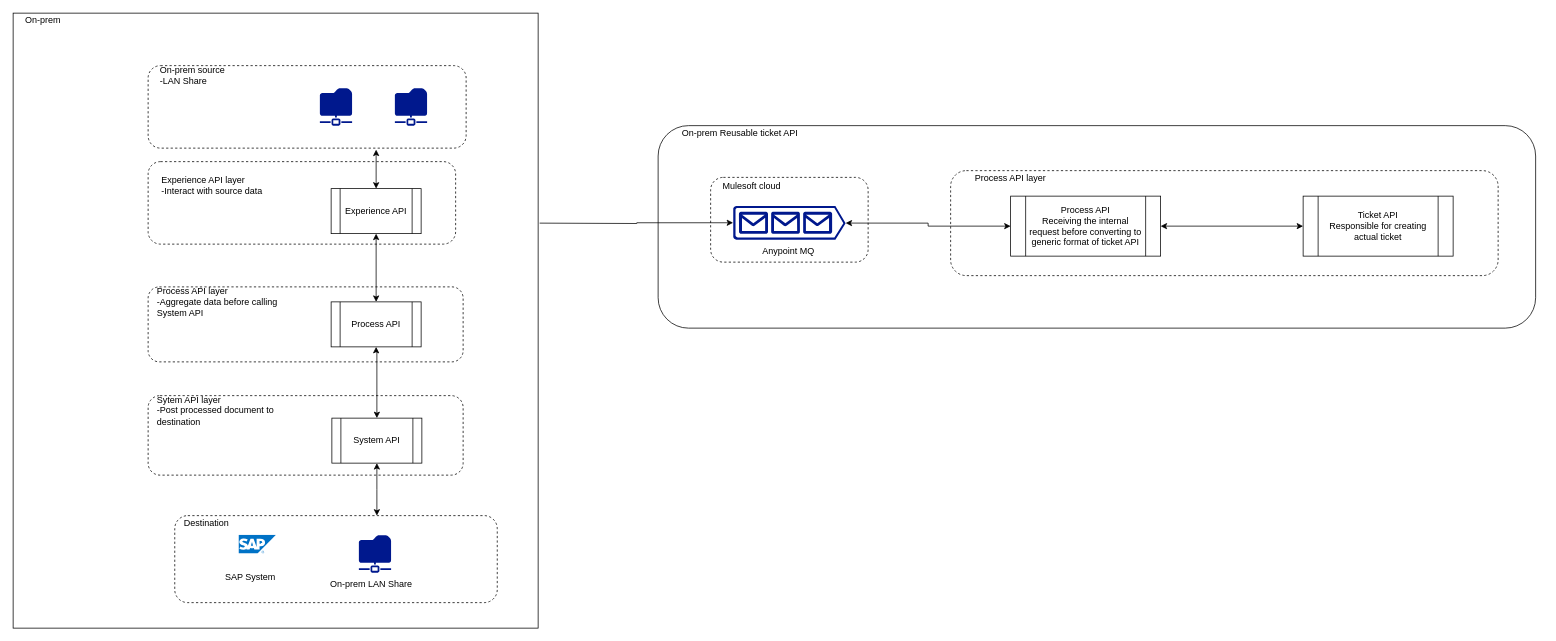
The draw.io diagram page "NGO - pattern" (2 of 3) of Untitled Diagram.drawio in Jaktip/jty-fn, before the edit. Source tidied: cells renumbered, new cells numbered last; positions are measured from the earlier drawing's top-left corner, leaving out a move shared by most shapes. Both pictures are drawn from the tidied source at 75%, with x=0, y=0 at pixel (13, 13).
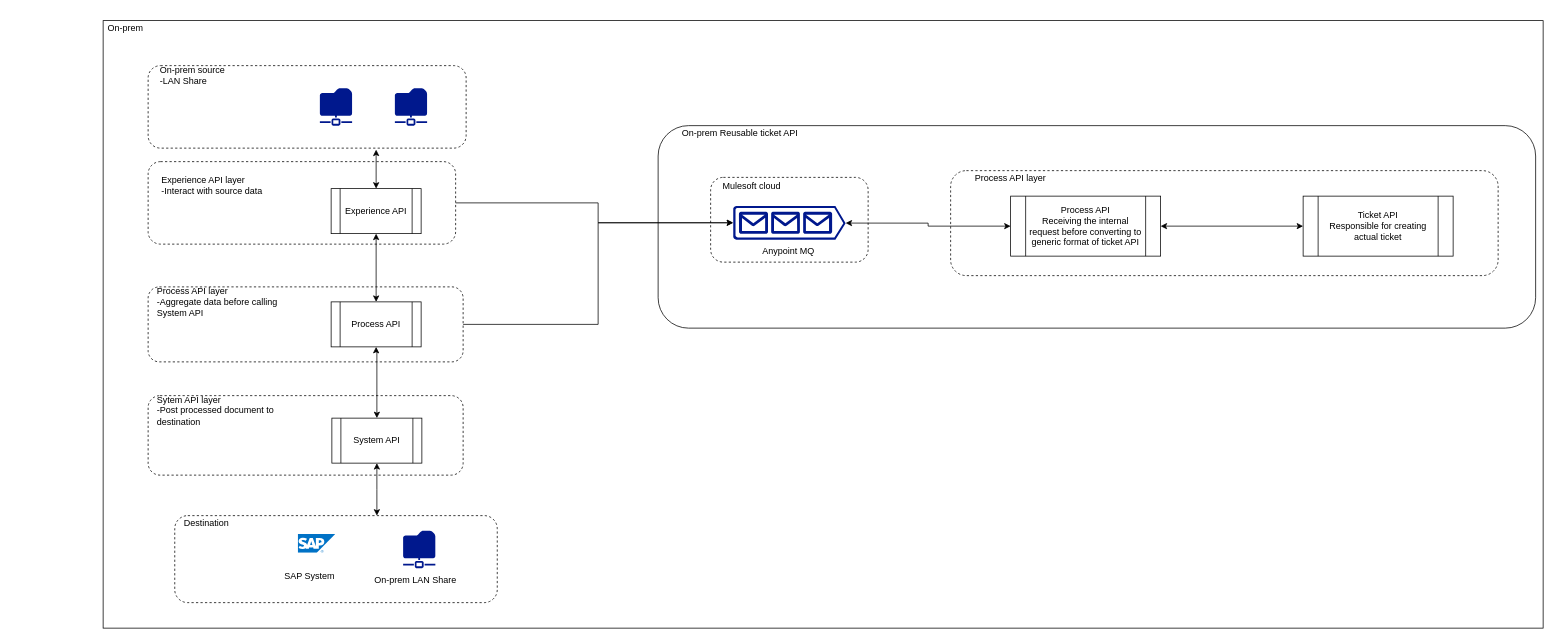
Above is the later version.

The change refers to these unchanged cells:
```xml
<mxCell id="6" style="rounded=1;whiteSpace=wrap;html=1;dashed=1;fillColor=none;" parent="1" vertex="1">
  <mxGeometry x="180" y="198" width="410" height="110" as="geometry" />
</mxCell>
<mxCell id="9" style="rounded=1;whiteSpace=wrap;html=1;dashed=1;fillColor=none;" parent="1" vertex="1">
  <mxGeometry x="180" y="365" width="420" height="100" as="geometry" />
</mxCell>
<mxCell id="37" style="shadow=0;dashed=0;html=1;strokeColor=none;labelPosition=center;verticalLabelPosition=bottom;verticalAlign=top;align=center;fillColor=#00188D;shape=mxgraph.azure.queue_generic;rounded=1;" parent="1" vertex="1">
  <mxGeometry x="960" y="257" width="150" height="45" as="geometry" />
</mxCell>
```

The edit, as a diff of the source:
```diff
@@
     <mxCell id="3" style="rounded=0;whiteSpace=wrap;html=1;fillColor=none;" parent="1" vertex="1">
-      <mxGeometry width="700" height="820" as="geometry" />
+      <mxGeometry x="120" y="10" width="1920" height="810" as="geometry" />
     </mxCell>
@@
+    <mxCell id="40" style="edgeStyle=orthogonalEdgeStyle;rounded=0;jettySize=auto;html=1;exitX=1;exitY=0.5;exitDx=0;exitDy=0;entryX=0;entryY=0.5;entryDx=0;entryDy=0;entryPerimeter=0;startArrow=none;startFill=0;endArrow=classic;endFill=1;" parent="1" edge="1" source="9" target="37">
+      <mxGeometry relative="1" as="geometry" />
+    </mxCell>
@@
-    <mxCell id="13" style="edgeStyle=orthogonalEdgeStyle;rounded=0;jettySize=auto;html=1;entryX=0;entryY=0.5;entryDx=0;entryDy=0;entryPerimeter=0;startArrow=none;startFill=0;" parent="1" edge="1" target="37">
+    <mxCell id="13" style="edgeStyle=orthogonalEdgeStyle;rounded=0;jettySize=auto;html=1;entryX=0;entryY=0.5;entryDx=0;entryDy=0;entryPerimeter=0;startArrow=none;startFill=0;exitX=1;exitY=0.5;exitDx=0;exitDy=0;" parent="1" edge="1" source="6" target="37">
       <mxGeometry relative="1" as="geometry">
-        <mxPoint x="702" y="280" as="sourcePoint" />
+        <Array as="points">
+          <mxPoint x="780" y="253" />
+          <mxPoint x="780" y="280" />
+        </Array>
       </mxGeometry>
     </mxCell>
@@
     <mxCell id="23" style="shadow=0;dashed=0;html=1;strokeColor=none;labelPosition=center;verticalLabelPosition=bottom;verticalAlign=top;align=center;fillColor=#00188D;shape=mxgraph.mscae.enterprise.shared_folder;" parent="1" vertex="1">
-      <mxGeometry x="461" y="696" width="43" height="50" as="geometry" />
+      <mxGeometry x="520" y="690" width="43" height="50" as="geometry" />
     </mxCell>
     <mxCell id="24" value="On-prem LAN Share" style="text;html=1;strokeColor=none;fillColor=none;align=left;verticalAlign=middle;whiteSpace=wrap;rounded=0;" parent="1" vertex="1">
-      <mxGeometry x="421" y="752" width="140" height="20" as="geometry" />
+      <mxGeometry x="480" y="746" width="140" height="20" as="geometry" />
     </mxCell>
     <mxCell id="25" style="html=1;align=center;image;fontSize=12;image=img/lib/mscae/SAP_HANA_on_Azure.svg;rounded=1;dashed=1;fillColor=none;" parent="1" vertex="1">
-      <mxGeometry x="301" y="696" width="50" height="25" as="geometry" />
+      <mxGeometry x="380" y="695" width="50" height="25" as="geometry" />
     </mxCell>
     <mxCell id="26" value="SAP System" style="text;html=1;strokeColor=none;fillColor=none;align=left;verticalAlign=middle;whiteSpace=wrap;rounded=0;" parent="1" vertex="1">
-      <mxGeometry x="281" y="742" width="140" height="20" as="geometry" />
+      <mxGeometry x="360" y="741" width="140" height="20" as="geometry" />
     </mxCell>
@@
     <mxCell id="34" value="On-prem" style="text;html=1;strokeColor=none;fillColor=none;align=center;verticalAlign=middle;whiteSpace=wrap;rounded=0;" parent="1" vertex="1">
-      <mxGeometry x="10" width="60" height="20" as="geometry" />
+      <mxGeometry x="120" y="10" width="60" height="20" as="geometry" />
     </mxCell>
```
